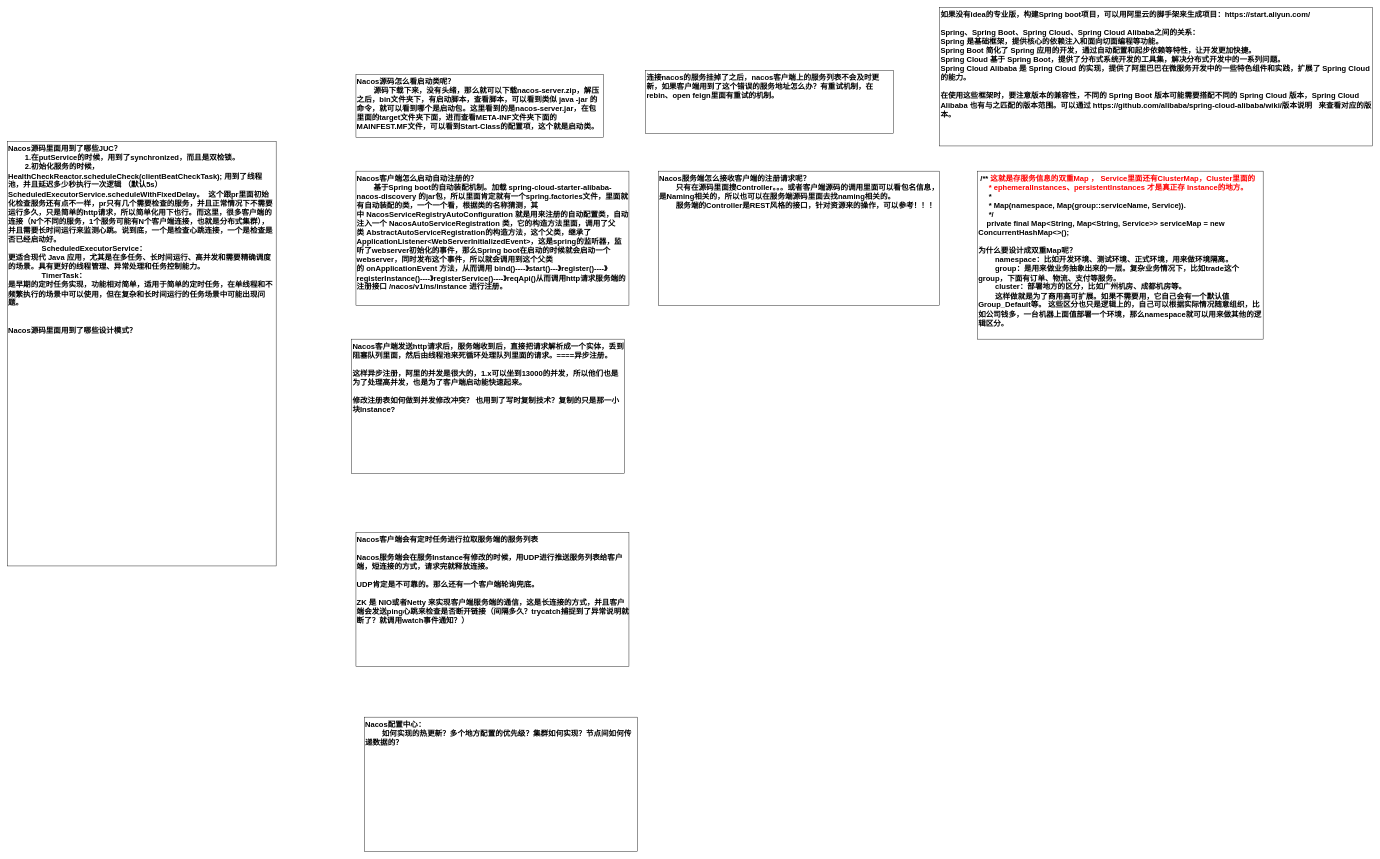
KGwolf/MyDraw keeps this draw.io diagram as JAVA/Nacos.drawio. Above is the earlier version. Source tidied: cells renumbered, new cells numbered last; positions are measured from the earlier drawing's top-left corner, leaving out a move shared by most shapes. Both pictures are drawn from the tidied source at 42%, with x=0, y=0 at pixel (7, 7).
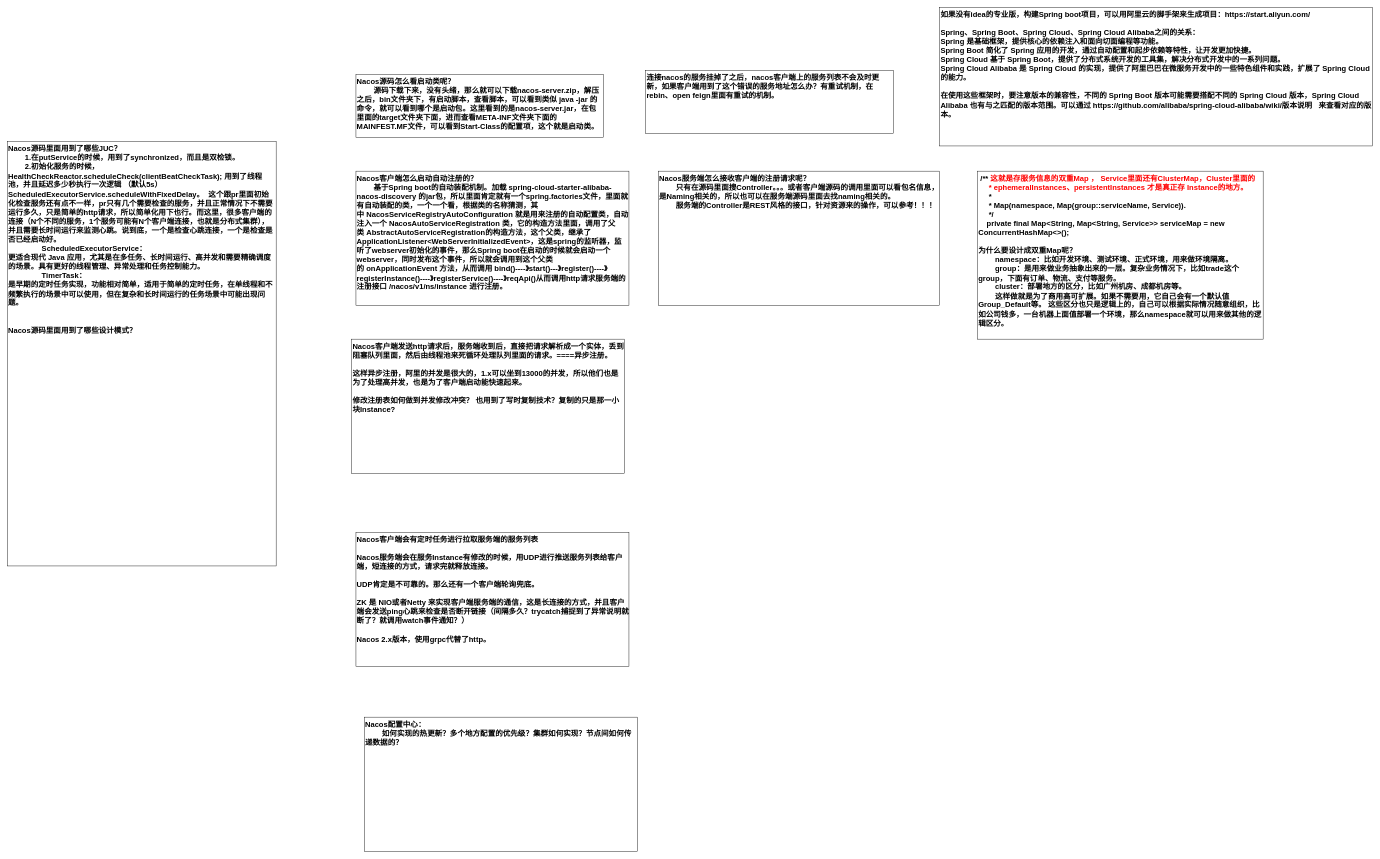
The same diagram, later.

Diff of the diagram source:
```diff
@@
 <mxGraphModel>
   <root>
     <mxCell id="0" />
     <mxCell id="1" parent="0" />
     <mxCell id="2" value="Nacos源码怎么看启动类呢？&lt;div&gt;&lt;span style=&quot;white-space: pre;&quot;&gt;&#9;&lt;/span&gt;源码下载下来，没有头绪，那么就可以下载nacos-server.zip，解压之后，bin文件夹下，有启动脚本，查看脚本，可以看到类似 java -jar 的命令，就可以看到哪个是启动包。这里看到的是nacos-server.jar，在包里面的target文件夹下面，进而查看META-INF文件夹下面的MAINFEST.MF文件，可以看到Start-Class的配置项，这个就是启动类。&lt;br&gt;&lt;/div&gt;" style="rounded=0;whiteSpace=wrap;html=1;fontSize=18;fontStyle=1;verticalAlign=top;align=left;" parent="1" vertex="1">
       <mxGeometry x="830" y="160" width="590" height="150" as="geometry" />
     </mxCell>
     <mxCell id="3" value="连接nacos的服务挂掉了之后，nacos客户端上的服务列表不会及时更新，如果客户端用到了这个错误的服务地址怎么办？有重试机制，在rebin、open feign里面有重试的机制。" style="rounded=0;whiteSpace=wrap;html=1;fontSize=18;fontStyle=1;verticalAlign=top;align=left;" parent="1" vertex="1">
       <mxGeometry x="1520" y="150" width="590" height="150" as="geometry" />
     </mxCell>
     <mxCell id="4" value="如果没有idea的专业版，构建Spring boot项目，可以用阿里云的脚手架来生成项目：https://start.aliyun.com/&lt;div&gt;&lt;br&gt;&lt;/div&gt;&lt;div&gt;Spring、Spring Boot、Spring Cloud、Spring Cloud Alibaba之间的关系：&lt;/div&gt;&lt;div&gt;&lt;div&gt;Spring 是基础框架，提供核心的依赖注入和面向切面编程等功能。&lt;/div&gt;&lt;div&gt;Spring Boot 简化了 Spring 应用的开发，通过自动配置和起步依赖等特性，让开发更加快捷。&lt;/div&gt;&lt;div&gt;Spring Cloud 基于 Spring Boot，提供了分布式系统开发的工具集，解决分布式开发中的一系列问题。&lt;/div&gt;&lt;div&gt;Spring Cloud Alibaba 是 Spring Cloud 的实现，提供了阿里巴巴在微服务开发中的一些特色组件和实践，扩展了 Spring Cloud 的能力。&lt;/div&gt;&lt;div&gt;&lt;br&gt;&lt;/div&gt;&lt;div&gt;在使用这些框架时，要注意版本的兼容性，不同的 Spring Boot 版本可能需要搭配不同的 Spring Cloud 版本，Spring Cloud Alibaba 也有与之匹配的版本范围。可以通过&amp;nbsp;https://github.com/alibaba/spring-cloud-alibaba/wiki/版本说明&amp;nbsp; &amp;nbsp;来查看对应的版本。&lt;/div&gt;&lt;/div&gt;" style="rounded=0;whiteSpace=wrap;html=1;fontSize=18;fontStyle=1;verticalAlign=top;align=left;" parent="1" vertex="1">
       <mxGeometry x="2220" width="1030" height="330" as="geometry" />
     </mxCell>
     <mxCell id="5" value="Nacos客户端怎么启动自动注册的？&lt;div&gt;&lt;span style=&quot;white-space: pre;&quot;&gt;&#9;&lt;/span&gt;基于Spring boot的自动装配机制。加载&amp;nbsp;spring-cloud-starter-alibaba-nacos-discovery 的jar包，所以里面肯定就有一个spring.factories文件，里面就有自动装配的类，一个一个看，根据类的名称猜测，其中&amp;nbsp;NacosServiceRegistryAutoConfiguration 就是用来注册的自动配置类，自动注入一个&amp;nbsp;NacosAutoServiceRegistration 类，它的构造方法里面，调用了父类&amp;nbsp;AbstractAutoServiceRegistration的构造方法，这个父类，继承了ApplicationListener&amp;lt;WebServerInitializedEvent&amp;gt;，这是spring的监听器，监听了webserver初始化的事件，那么Spring boot在启动的时候就会启动一个webserver，同时发布这个事件，所以就会调用到这个父类的&amp;nbsp;onApplicationEvent 方法，从而调用 bind()----》start()---》register()----》registerInstance()----》registerService()----》reqApi()从而调用http请求服务端的注册接口 /nacos/v1/ns/instance 进行注册。&lt;br&gt;&lt;/div&gt;" style="rounded=0;whiteSpace=wrap;html=1;fontSize=18;fontStyle=1;verticalAlign=top;align=left;" parent="1" vertex="1">
       <mxGeometry x="830" y="390" width="650" height="320" as="geometry" />
     </mxCell>
     <mxCell id="6" value="Nacos服务端怎么接收客户端的注册请求呢？&lt;div&gt;&lt;span style=&quot;white-space: pre;&quot;&gt;&#9;&lt;/span&gt;只有在源码里面搜Controller。。。或者客户端源码的调用里面可以看包名信息，是Naming相关的，所以也可以在服务端源码里面去找naming相关的。&lt;br&gt;&lt;/div&gt;&lt;div&gt;&lt;span style=&quot;white-space: pre;&quot;&gt;&#9;&lt;/span&gt;服务端的Controller是REST风格的接口，针对资源来的操作，可以参考！！！&lt;br&gt;&lt;/div&gt;" style="rounded=0;whiteSpace=wrap;html=1;fontSize=18;fontStyle=1;verticalAlign=top;align=left;" parent="1" vertex="1">
       <mxGeometry x="1550" y="390" width="670" height="320" as="geometry" />
     </mxCell>
     <mxCell id="7" value="&lt;div&gt;&lt;div&gt;&amp;nbsp;/** &lt;font style=&quot;color: rgb(255, 0, 0);&quot;&gt;这就是存服务信息的双重Map ， Service里面还有ClusterMap，Cluster里面的&lt;/font&gt;&lt;/div&gt;&lt;div&gt;&lt;font style=&quot;color: rgb(255, 0, 0);&quot;&gt;&amp;nbsp; &amp;nbsp; &amp;nbsp;*&amp;nbsp;ephemeralInstances、persistentInstances 才是真正存 Instance的地方。&lt;/font&gt;&lt;/div&gt;&lt;div&gt;&amp;nbsp; &amp;nbsp; &amp;nbsp;*&lt;/div&gt;&lt;div&gt;&amp;nbsp; &amp;nbsp; &amp;nbsp;* Map(namespace, Map(group::serviceName, Service)).&lt;/div&gt;&lt;div&gt;&amp;nbsp; &amp;nbsp; &amp;nbsp;*/&lt;/div&gt;&lt;div&gt;&amp;nbsp; &amp;nbsp; private final Map&amp;lt;String, Map&amp;lt;String, Service&amp;gt;&amp;gt; serviceMap = new ConcurrentHashMap&amp;lt;&amp;gt;();&lt;/div&gt;&lt;/div&gt;&lt;div&gt;&lt;br&gt;&lt;/div&gt;&lt;div&gt;为什么要设计成双重Map呢？&lt;/div&gt;&lt;div&gt;&lt;span style=&quot;white-space: pre;&quot;&gt;&#9;&lt;/span&gt;namespace：比如开发环境、测试环境、正式环境，用来做环境隔离。&lt;br&gt;&lt;/div&gt;&lt;div&gt;&lt;span style=&quot;white-space: pre;&quot;&gt;&#9;&lt;/span&gt;group：是用来做业务抽象出来的一层。复杂业务情况下，比如trade这个group，下面有订单、物流、支付等服务。&lt;br&gt;&lt;/div&gt;&lt;div&gt;&lt;span style=&quot;white-space: pre;&quot;&gt;&#9;&lt;/span&gt;cluster：部署地方的区分，比如广州机房、成都机房等。&lt;br&gt;&lt;/div&gt;&lt;div&gt;&lt;span style=&quot;white-space: pre;&quot;&gt;&#9;&lt;/span&gt;这样做就是为了商用高可扩展。如果不需要用，它自己会有一个默认值 Group_Default等。 这些区分也只是逻辑上的，自己可以根据实际情况随意组织，比如公司钱多，一台机器上面值部署一个环境，那么namespace就可以用来做其他的逻辑区分。&lt;br&gt;&lt;/div&gt;" style="rounded=0;whiteSpace=wrap;html=1;fontSize=18;fontStyle=1;verticalAlign=top;align=left;" parent="1" vertex="1">
       <mxGeometry x="2310" y="390" width="680" height="400" as="geometry" />
     </mxCell>
     <mxCell id="8" value="Nacos源码里面用到了哪些JUC？&lt;div&gt;&lt;span style=&quot;white-space: pre;&quot;&gt;&#9;&lt;/span&gt;1.在putService的时候，用到了synchronized，而且是双检锁。&lt;br&gt;&lt;/div&gt;&lt;div&gt;&lt;span style=&quot;white-space: pre;&quot;&gt;&#9;&lt;/span&gt;2.初始化服务的时候，HealthCheckReactor.scheduleCheck(clientBeatCheckTask); 用到了线程池，并且延迟多少秒执行一次逻辑 （默认5s） ScheduledExecutorService.scheduleWithFixedDelay。&amp;nbsp; 这个跟pr里面初始化检查服务还有点不一样，pr只有几个需要检查的服务，并且正常情况下不需要运行多久，只是简单的http请求，所以简单化用下也行。而这里，很多客户端的连接（N个不同的服务，1个服务可能有N个客户端连接，也就是分布式集群），并且需要长时间运行来监测心跳。说到底，一个是检查心跳连接，一个是检查是否已经启动好。&lt;br&gt;&lt;/div&gt;&lt;div&gt;&lt;span style=&quot;white-space: pre;&quot;&gt;&#9;&lt;/span&gt;&lt;span style=&quot;white-space: pre;&quot;&gt;&#9;&lt;/span&gt;&lt;span style=&quot;background-color: transparent;&quot;&gt;ScheduledExecutorService：&lt;br&gt;更适合现代 Java 应用，尤其是在多任务、长时间运行、高并发和需要精确调度的场景。具有更好的线程管理、异常处理和任务控制能力。&amp;nbsp;&lt;/span&gt;&lt;/div&gt;&lt;div&gt;&lt;span style=&quot;background-color: transparent;&quot;&gt;&lt;span style=&quot;white-space: pre;&quot;&gt;&#9;&lt;/span&gt;&lt;span style=&quot;white-space: pre;&quot;&gt;&#9;&lt;/span&gt;TimerTask：&lt;br&gt;是早期的定时任务实现，功能相对简单，适用于简单的定时任务，在单线程和不频繁执行的场景中可以使用，但在复杂和长时间运行的任务场景中可能出现问题。&lt;/span&gt;&lt;br&gt;&lt;/div&gt;&lt;div&gt;&lt;br&gt;&lt;/div&gt;&lt;div&gt;&lt;br&gt;&lt;/div&gt;&lt;div&gt;Nacos源码里面用到了哪些设计模式？&lt;/div&gt;" style="rounded=0;whiteSpace=wrap;html=1;fontSize=18;fontStyle=1;verticalAlign=top;align=left;" parent="1" vertex="1">
       <mxGeometry y="320" width="640" height="1010" as="geometry" />
     </mxCell>
     <mxCell id="9" value="Nacos客户端发送http请求后，服务端收到后，直接把请求解析成一个实体，丢到阻塞队列里面，然后由线程池来死循环处理队列里面的请求。====异步注册。&lt;div&gt;&lt;br&gt;&lt;/div&gt;&lt;div&gt;这样异步注册，阿里的并发是很大的，1.x可以坐到13000的并发，所以他们也是为了处理高并发，也是为了客户端启动能快速起来。&lt;/div&gt;&lt;div&gt;&lt;br&gt;&lt;/div&gt;&lt;div&gt;修改注册表如何做到并发修改冲突？ 也用到了写时复制技术？复制的只是那一小块Instance?&lt;/div&gt;" style="rounded=0;whiteSpace=wrap;html=1;fontSize=18;fontStyle=1;verticalAlign=top;align=left;" parent="1" vertex="1">
       <mxGeometry x="820" y="790" width="650" height="320" as="geometry" />
     </mxCell>
-    <mxCell id="10" value="Nacos客户端会有定时任务进行拉取服务端的服务列表&lt;div&gt;&lt;br&gt;&lt;/div&gt;&lt;div&gt;Nacos服务端会在服务Instance有修改的时候，用UDP进行推送服务列表给客户端，短连接的方式，请求完就释放连接。&lt;/div&gt;&lt;div&gt;&lt;br&gt;&lt;/div&gt;&lt;div&gt;UDP肯定是不可靠的。那么还有一个客户端轮询兜底。&lt;/div&gt;&lt;div&gt;&lt;br&gt;&lt;/div&gt;&lt;div&gt;ZK 是 NIO或者Netty 来实现客户端服务端的通信，这是长连接的方式，并且客户端会发送ping心跳来检查是否断开链接（间隔多久？trycatch捕捉到了异常说明就断了？就调用watch事件通知？）&lt;/div&gt;" style="rounded=0;whiteSpace=wrap;html=1;fontSize=18;fontStyle=1;verticalAlign=top;align=left;" parent="1" vertex="1">
+    <mxCell id="10" value="Nacos客户端会有定时任务进行拉取服务端的服务列表&lt;div&gt;&lt;br&gt;&lt;/div&gt;&lt;div&gt;Nacos服务端会在服务Instance有修改的时候，用UDP进行推送服务列表给客户端，短连接的方式，请求完就释放连接。&lt;/div&gt;&lt;div&gt;&lt;br&gt;&lt;/div&gt;&lt;div&gt;UDP肯定是不可靠的。那么还有一个客户端轮询兜底。&lt;/div&gt;&lt;div&gt;&lt;br&gt;&lt;/div&gt;&lt;div&gt;ZK 是 NIO或者Netty 来实现客户端服务端的通信，这是长连接的方式，并且客户端会发送ping心跳来检查是否断开链接（间隔多久？trycatch捕捉到了异常说明就断了？就调用watch事件通知？）&lt;/div&gt;&lt;div&gt;&lt;br&gt;&lt;/div&gt;&lt;div&gt;Nacos 2.x版本，使用grpc代替了http。&lt;/div&gt;" style="rounded=0;whiteSpace=wrap;html=1;fontSize=18;fontStyle=1;verticalAlign=top;align=left;" parent="1" vertex="1">
       <mxGeometry x="830" y="1250" width="650" height="320" as="geometry" />
     </mxCell>
     <mxCell id="11" value="Nacos配置中心：&lt;div&gt;&lt;span style=&quot;white-space: pre;&quot;&gt;&#9;&lt;/span&gt;如何实现的热更新？多个地方配置的优先级？集群如何实现？节点间如何传递数据的？&lt;br&gt;&lt;/div&gt;" style="rounded=0;whiteSpace=wrap;html=1;fontSize=18;fontStyle=1;verticalAlign=top;align=left;" parent="1" vertex="1">
       <mxGeometry x="850" y="1690" width="650" height="320" as="geometry" />
     </mxCell>
   </root>
 </mxGraphModel>
```
